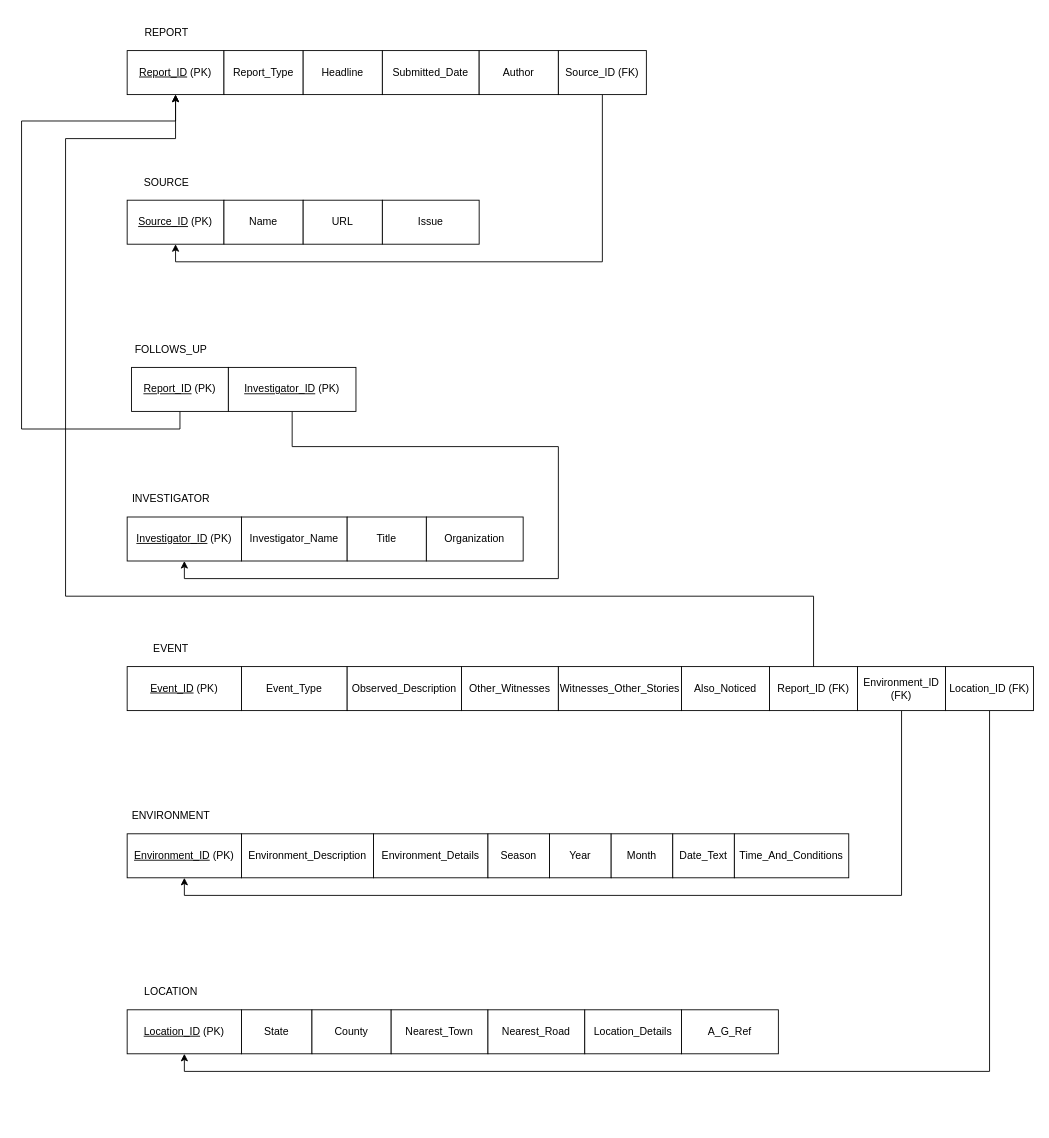
This is Bigfoot-Phase3.drawio from Bigfoot-In-Ass/bigfoot-sighting-db, a draw.io file, before an edit. Source tidied: cells renumbered, new cells numbered last; positions are measured from the earlier drawing's top-left corner, leaving out a move shared by most shapes. Both pictures are drawn from the tidied source at 88%, with x=0, y=0 at pixel (21, 15).
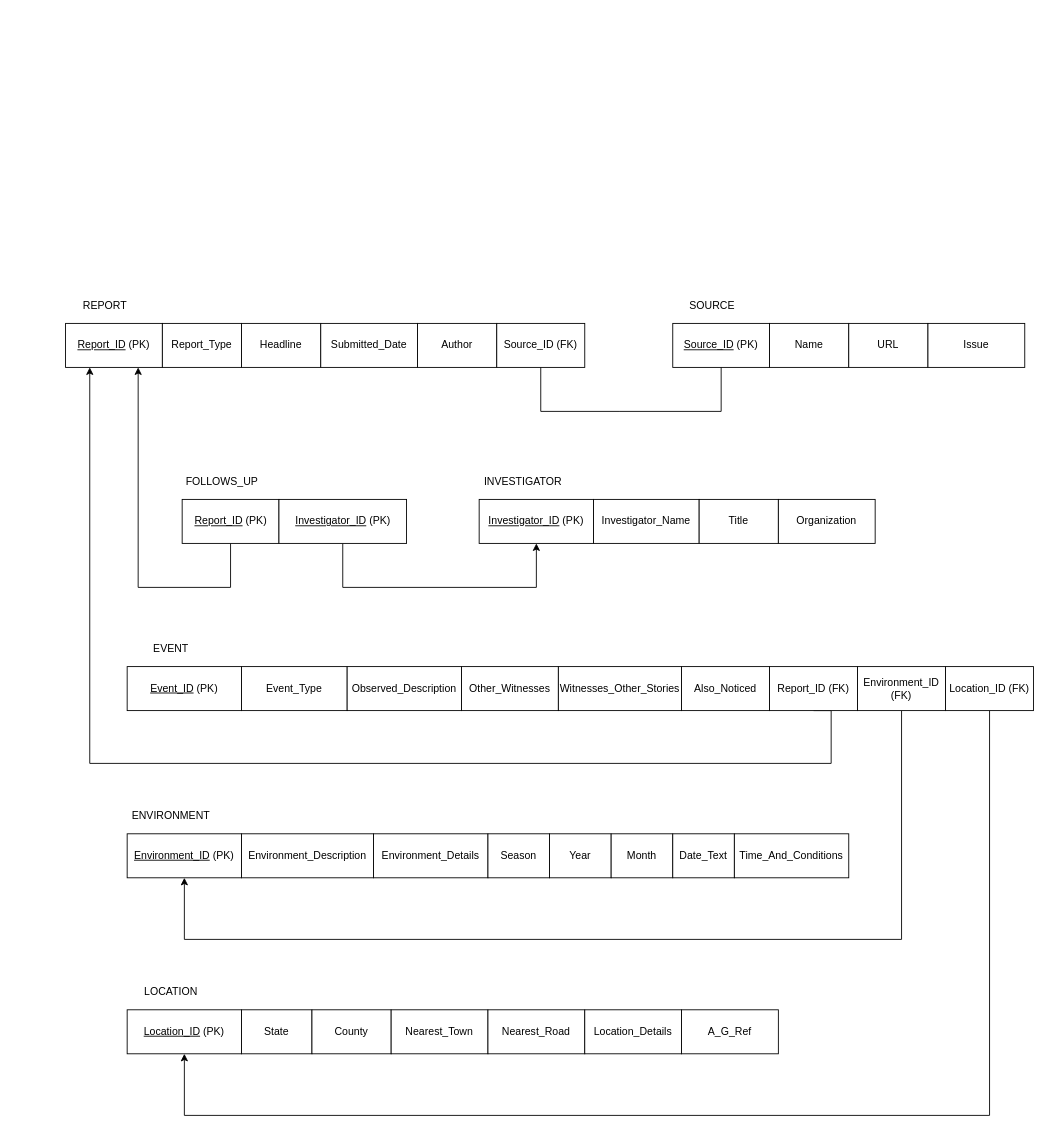
Above is the later version.

Commit message:
Fixed Bradley's damn mess

The change refers to these unchanged cells:
```xml
<mxCell id="25" value="&lt;u&gt;Environment_ID&lt;/u&gt; (PK)" style="rounded=0;whiteSpace=wrap;html=1;" parent="1" vertex="1">
  <mxGeometry x="120" y="930" width="130" height="50" as="geometry" />
</mxCell>
<mxCell id="30" value="&lt;u&gt;Location_ID&lt;/u&gt; (PK)" style="rounded=0;whiteSpace=wrap;html=1;" parent="1" vertex="1">
  <mxGeometry x="120" y="1130" width="130" height="50" as="geometry" />
</mxCell>
<mxCell id="38" value="Report_ID (FK)" style="rounded=0;whiteSpace=wrap;html=1;" parent="1" vertex="1">
  <mxGeometry x="850" y="740" width="100" height="50" as="geometry" />
</mxCell>
<mxCell id="40" value="Environment_ID (FK)" style="rounded=0;whiteSpace=wrap;html=1;" parent="1" vertex="1">
  <mxGeometry x="950" y="740" width="100" height="50" as="geometry" />
</mxCell>
<mxCell id="42" value="Location_ID (FK)" style="rounded=0;whiteSpace=wrap;html=1;" parent="1" vertex="1">
  <mxGeometry x="1050" y="740" width="100" height="50" as="geometry" />
</mxCell>
```

What changed in the source:
```diff
@@
     <mxCell id="2" value="&lt;u&gt;Report_ID&lt;/u&gt; (PK)" style="rounded=0;whiteSpace=wrap;html=1;" parent="1" vertex="1">
-      <mxGeometry x="120" y="40" width="110" height="50" as="geometry" />
+      <mxGeometry x="50" y="350" width="110" height="50" as="geometry" />
     </mxCell>
     <mxCell id="3" value="Report_Type" style="rounded=0;whiteSpace=wrap;html=1;" parent="1" vertex="1">
-      <mxGeometry x="230" y="40" width="90" height="50" as="geometry" />
+      <mxGeometry x="160" y="350" width="90" height="50" as="geometry" />
     </mxCell>
     <mxCell id="4" value="REPORT" style="text;html=1;whiteSpace=wrap;strokeColor=none;fillColor=none;align=center;verticalAlign=middle;rounded=0;" parent="1" vertex="1">
-      <mxGeometry x="120" width="90" height="40" as="geometry" />
+      <mxGeometry x="50" y="310" width="90" height="40" as="geometry" />
     </mxCell>
     <mxCell id="5" value="Headline" style="rounded=0;whiteSpace=wrap;html=1;" parent="1" vertex="1">
-      <mxGeometry x="320" y="40" width="90" height="50" as="geometry" />
+      <mxGeometry x="250" y="350" width="90" height="50" as="geometry" />
     </mxCell>
     <mxCell id="6" value="Submitted_Date" style="rounded=0;whiteSpace=wrap;html=1;" parent="1" vertex="1">
-      <mxGeometry x="410" y="40" width="110" height="50" as="geometry" />
+      <mxGeometry x="340" y="350" width="110" height="50" as="geometry" />
     </mxCell>
     <mxCell id="7" value="Author" style="rounded=0;whiteSpace=wrap;html=1;" parent="1" vertex="1">
-      <mxGeometry x="520" y="40" width="90" height="50" as="geometry" />
+      <mxGeometry x="450" y="350" width="90" height="50" as="geometry" />
     </mxCell>
-    <mxCell id="8" style="edgeStyle=orthogonalEdgeStyle;rounded=0;jettySize=auto;html=1;exitX=0.5;exitY=1;exitDx=0;exitDy=0;entryX=0.5;entryY=1;entryDx=0;entryDy=0;" parent="1" edge="1" source="9" target="10">
-      <mxGeometry relative="1" as="geometry" />
+    <mxCell id="8" style="edgeStyle=orthogonalEdgeStyle;rounded=0;orthogonalLoop=1;jettySize=auto;html=1;exitX=0.5;exitY=1;exitDx=0;exitDy=0;entryX=0.5;entryY=1;entryDx=0;entryDy=0;" parent="1" edge="1">
+      <mxGeometry relative="1" as="geometry">
+        <mxPoint x="590" y="380" as="sourcePoint" />
+        <mxPoint x="795" y="380" as="targetPoint" />
+        <Array as="points">
+          <mxPoint x="680" y="450" />
+          <mxPoint x="885" y="450" />
+        </Array>
+      </mxGeometry>
     </mxCell>
     <mxCell id="9" value="Source_ID (FK)" style="rounded=0;whiteSpace=wrap;html=1;" parent="1" vertex="1">
-      <mxGeometry x="610" y="40" width="100" height="50" as="geometry" />
+      <mxGeometry x="540" y="350" width="100" height="50" as="geometry" />
     </mxCell>
     <mxCell id="10" value="&lt;u&gt;Source_ID&lt;/u&gt; (PK)" style="rounded=0;whiteSpace=wrap;html=1;" parent="1" vertex="1">
-      <mxGeometry x="120" y="210" width="110" height="50" as="geometry" />
+      <mxGeometry x="740" y="350" width="110" height="50" as="geometry" />
     </mxCell>
     <mxCell id="11" value="Name" style="rounded=0;whiteSpace=wrap;html=1;" parent="1" vertex="1">
-      <mxGeometry x="230" y="210" width="90" height="50" as="geometry" />
+      <mxGeometry x="850" y="350" width="90" height="50" as="geometry" />
     </mxCell>
     <mxCell id="12" value="SOURCE" style="text;html=1;whiteSpace=wrap;strokeColor=none;fillColor=none;align=center;verticalAlign=middle;rounded=0;" parent="1" vertex="1">
-      <mxGeometry x="120" y="170" width="90" height="40" as="geometry" />
+      <mxGeometry x="740" y="310" width="90" height="40" as="geometry" />
     </mxCell>
     <mxCell id="13" value="URL" style="rounded=0;whiteSpace=wrap;html=1;" parent="1" vertex="1">
-      <mxGeometry x="320" y="210" width="90" height="50" as="geometry" />
+      <mxGeometry x="940" y="350" width="90" height="50" as="geometry" />
     </mxCell>
     <mxCell id="14" value="Issue" style="rounded=0;whiteSpace=wrap;html=1;" parent="1" vertex="1">
-      <mxGeometry x="410" y="210" width="110" height="50" as="geometry" />
+      <mxGeometry x="1030" y="350" width="110" height="50" as="geometry" />
     </mxCell>
     <mxCell id="15" value="&lt;u&gt;Investigator_ID&lt;/u&gt; (PK)" style="rounded=0;whiteSpace=wrap;html=1;" parent="1" vertex="1">
-      <mxGeometry x="120" y="570" width="130" height="50" as="geometry" />
+      <mxGeometry x="520" y="550" width="130" height="50" as="geometry" />
     </mxCell>
     <mxCell id="16" value="Investigator_Name" style="rounded=0;whiteSpace=wrap;html=1;" parent="1" vertex="1">
-      <mxGeometry x="250" y="570" width="120" height="50" as="geometry" />
+      <mxGeometry x="650" y="550" width="120" height="50" as="geometry" />
     </mxCell>
     <mxCell id="17" value="INVESTIGATOR" style="text;html=1;whiteSpace=wrap;strokeColor=none;fillColor=none;align=center;verticalAlign=middle;rounded=0;" parent="1" vertex="1">
-      <mxGeometry x="120" y="530" width="100" height="40" as="geometry" />
+      <mxGeometry x="520" y="510" width="100" height="40" as="geometry" />
     </mxCell>
     <mxCell id="18" value="Title" style="rounded=0;whiteSpace=wrap;html=1;" parent="1" vertex="1">
-      <mxGeometry x="370" y="570" width="90" height="50" as="geometry" />
+      <mxGeometry x="770" y="550" width="90" height="50" as="geometry" />
     </mxCell>
     <mxCell id="19" value="Organization" style="rounded=0;whiteSpace=wrap;html=1;" parent="1" vertex="1">
-      <mxGeometry x="460" y="570" width="110" height="50" as="geometry" />
+      <mxGeometry x="860" y="550" width="110" height="50" as="geometry" />
     </mxCell>
@@
-    <mxCell id="37" style="edgeStyle=orthogonalEdgeStyle;rounded=0;jettySize=auto;html=1;exitX=0.5;exitY=1;exitDx=0;exitDy=0;entryX=0.5;entryY=1;entryDx=0;entryDy=0;" parent="1" edge="1" source="38" target="2">
+    <mxCell id="37" style="edgeStyle=orthogonalEdgeStyle;rounded=0;jettySize=auto;html=1;exitX=0.5;exitY=1;exitDx=0;exitDy=0;entryX=0.25;entryY=1;entryDx=0;entryDy=0;" parent="1" edge="1" source="38" target="2">
       <mxGeometry relative="1" as="geometry">
         <Array as="points">
-          <mxPoint x="900" y="660" />
-          <mxPoint x="50" y="660" />
-          <mxPoint x="50" y="140" />
-          <mxPoint x="175" y="140" />
+          <mxPoint x="920" y="790" />
+          <mxPoint x="920" y="850" />
+          <mxPoint x="78" y="850" />
         </Array>
       </mxGeometry>
     </mxCell>
@@
     <mxCell id="39" style="edgeStyle=orthogonalEdgeStyle;rounded=0;jettySize=auto;html=1;exitX=0.5;exitY=1;exitDx=0;exitDy=0;entryX=0.5;entryY=1;entryDx=0;entryDy=0;" parent="1" edge="1" source="40" target="25">
-      <mxGeometry relative="1" as="geometry" />
+      <mxGeometry relative="1" as="geometry">
+        <Array as="points">
+          <mxPoint x="1000" y="1050" />
+          <mxPoint x="185" y="1050" />
+        </Array>
+      </mxGeometry>
     </mxCell>
@@
     <mxCell id="41" style="edgeStyle=orthogonalEdgeStyle;rounded=0;jettySize=auto;html=1;exitX=0.5;exitY=1;exitDx=0;exitDy=0;entryX=0.5;entryY=1;entryDx=0;entryDy=0;" parent="1" edge="1" source="42" target="30">
-      <mxGeometry relative="1" as="geometry" />
+      <mxGeometry relative="1" as="geometry">
+        <Array as="points">
+          <mxPoint x="1100" y="1250" />
+          <mxPoint x="185" y="1250" />
+        </Array>
+      </mxGeometry>
     </mxCell>
@@
-    <mxCell id="50" style="edgeStyle=orthogonalEdgeStyle;rounded=0;jettySize=auto;html=1;exitX=0.5;exitY=1;exitDx=0;exitDy=0;entryX=0.5;entryY=1;entryDx=0;entryDy=0;" parent="1" edge="1" source="51" target="2">
+    <mxCell id="50" style="edgeStyle=orthogonalEdgeStyle;rounded=0;jettySize=auto;html=1;exitX=0.5;exitY=1;exitDx=0;exitDy=0;entryX=0.75;entryY=1;entryDx=0;entryDy=0;" parent="1" edge="1" source="51" target="2">
       <mxGeometry relative="1" as="geometry">
         <Array as="points">
-          <mxPoint x="180" y="470" />
-          <mxPoint y="470" />
-          <mxPoint y="120" />
-          <mxPoint x="175" y="120" />
+          <mxPoint x="238" y="650" />
+          <mxPoint x="133" y="650" />
         </Array>
       </mxGeometry>
     </mxCell>
     <mxCell id="51" value="&lt;u&gt;Report_ID&lt;/u&gt; (PK)" style="rounded=0;whiteSpace=wrap;html=1;" parent="1" vertex="1">
-      <mxGeometry x="125" y="400" width="110" height="50" as="geometry" />
+      <mxGeometry x="182.5" y="550" width="110" height="50" as="geometry" />
     </mxCell>
     <mxCell id="52" style="edgeStyle=orthogonalEdgeStyle;rounded=0;jettySize=auto;html=1;exitX=0.5;exitY=1;exitDx=0;exitDy=0;entryX=0.5;entryY=1;entryDx=0;entryDy=0;" parent="1" edge="1" source="53" target="15">
       <mxGeometry relative="1" as="geometry">
         <Array as="points">
-          <mxPoint x="308" y="490" />
-          <mxPoint x="610" y="490" />
-          <mxPoint x="610" y="640" />
-          <mxPoint x="185" y="640" />
+          <mxPoint x="365" y="650" />
+          <mxPoint x="585" y="650" />
         </Array>
       </mxGeometry>
     </mxCell>
     <mxCell id="53" value="&lt;u&gt;Investigator_ID&lt;/u&gt;&amp;nbsp;(PK)" style="rounded=0;whiteSpace=wrap;html=1;" parent="1" vertex="1">
-      <mxGeometry x="235" y="400" width="145" height="50" as="geometry" />
+      <mxGeometry x="292.5" y="550" width="145" height="50" as="geometry" />
     </mxCell>
     <mxCell id="54" value="FOLLOWS_UP" style="text;html=1;whiteSpace=wrap;strokeColor=none;fillColor=none;align=center;verticalAlign=middle;rounded=0;" parent="1" vertex="1">
-      <mxGeometry x="125" y="360" width="90" height="40" as="geometry" />
+      <mxGeometry x="182.5" y="510" width="90" height="40" as="geometry" />
     </mxCell>
```
